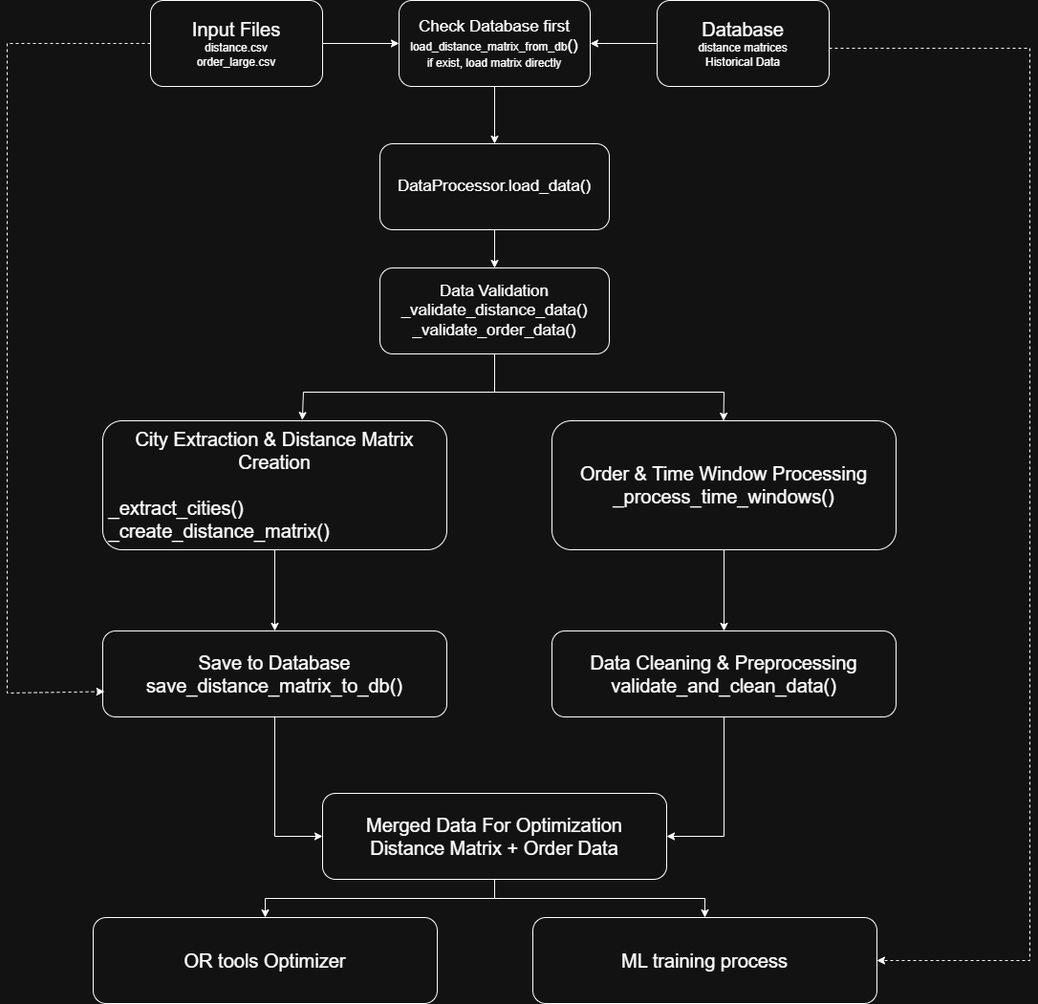
The draw.io diagram DataProcessingFlow.png in blacki0214/VRP_system, before a commit. Source tidied: cells renumbered, new cells last; positions are measured from the earlier drawing's top-left corner, leaving out a move shared by most shapes. The source it was exported from:
```xml
<mxGraphModel>
  <root>
    <mxCell id="0" />
    <mxCell id="1" parent="0" />
    <mxCell id="2" style="edgeStyle=orthogonalEdgeStyle;rounded=0;jettySize=auto;html=1;exitX=1;exitY=0.5;exitDx=0;exitDy=0;" parent="1" edge="1" source="3" target="5">
      <mxGeometry relative="1" as="geometry" />
    </mxCell>
    <mxCell id="3" value="&lt;font style=&quot;font-size: 20px;&quot;&gt;Input Files&lt;/font&gt;&lt;div&gt;&lt;div&gt;&lt;div&gt;&lt;font&gt;distance.csv&lt;/font&gt;&lt;/div&gt;&lt;div&gt;&lt;font&gt;order_large.csv&lt;/font&gt;&lt;/div&gt;&lt;/div&gt;&lt;/div&gt;" style="rounded=1;whiteSpace=wrap;html=1;" parent="1" vertex="1">
      <mxGeometry x="150" width="180" height="90" as="geometry" />
    </mxCell>
    <mxCell id="4" style="edgeStyle=orthogonalEdgeStyle;rounded=0;jettySize=auto;html=1;" parent="1" edge="1" source="5" target="9">
      <mxGeometry relative="1" as="geometry" />
    </mxCell>
    <mxCell id="5" value="&lt;font style=&quot;font-size: 17px;&quot;&gt;Check Database first&lt;/font&gt;&lt;div&gt;&lt;font&gt;load_distance_matrix_from_db&lt;/font&gt;&lt;font style=&quot;font-size: 17px;&quot;&gt;()&lt;/font&gt;&lt;/div&gt;&lt;div&gt;&lt;font&gt;if exist, load matrix directly&lt;/font&gt;&lt;/div&gt;" style="rounded=1;whiteSpace=wrap;html=1;" parent="1" vertex="1">
      <mxGeometry x="410" width="200" height="90" as="geometry" />
    </mxCell>
    <mxCell id="6" style="edgeStyle=orthogonalEdgeStyle;rounded=0;jettySize=auto;html=1;" parent="1" edge="1" source="7" target="5">
      <mxGeometry relative="1" as="geometry" />
    </mxCell>
    <mxCell id="7" value="&lt;div&gt;&lt;div&gt;&lt;div&gt;&lt;font&gt;&lt;span style=&quot;font-size: 20px;&quot;&gt;Database&lt;/span&gt;&lt;/font&gt;&lt;/div&gt;&lt;div&gt;&lt;font&gt;distance matrices&lt;/font&gt;&lt;/div&gt;&lt;div&gt;&lt;font&gt;Historical Data&lt;/font&gt;&lt;/div&gt;&lt;/div&gt;&lt;/div&gt;" style="rounded=1;whiteSpace=wrap;html=1;" parent="1" vertex="1">
      <mxGeometry x="680" width="180" height="90" as="geometry" />
    </mxCell>
    <mxCell id="8" style="edgeStyle=orthogonalEdgeStyle;rounded=0;jettySize=auto;html=1;" parent="1" edge="1" source="9" target="10">
      <mxGeometry relative="1" as="geometry" />
    </mxCell>
    <mxCell id="9" value="&lt;span style=&quot;font-size: 17px;&quot;&gt;DataProcessor.load_data()&lt;/span&gt;" style="rounded=1;whiteSpace=wrap;html=1;" parent="1" vertex="1">
      <mxGeometry x="390" y="150" width="240" height="90" as="geometry" />
    </mxCell>
    <mxCell id="10" value="&lt;span style=&quot;font-size: 17px;&quot;&gt;Data Validation&lt;/span&gt;&lt;div&gt;&lt;span style=&quot;font-size: 17px;&quot;&gt;_validate_distance_data()&lt;/span&gt;&lt;/div&gt;&lt;div&gt;&lt;span style=&quot;font-size: 17px;&quot;&gt;_validate_order_data()&lt;/span&gt;&lt;/div&gt;" style="rounded=1;whiteSpace=wrap;html=1;" parent="1" vertex="1">
      <mxGeometry x="390" y="280" width="240" height="90" as="geometry" />
    </mxCell>
    <mxCell id="11" style="edgeStyle=orthogonalEdgeStyle;rounded=0;jettySize=auto;html=1;" parent="1" edge="1" source="12" target="20">
      <mxGeometry relative="1" as="geometry" />
    </mxCell>
    <mxCell id="12" value="&lt;span style=&quot;font-size: 20px;&quot;&gt;City Extraction &amp;amp; Distance Matrix Creation&lt;/span&gt;&lt;div&gt;&lt;div&gt;&lt;span style=&quot;font-size: 20px;&quot;&gt;&lt;br&gt;&lt;/span&gt;&lt;/div&gt;&lt;div style=&quot;text-align: left;&quot;&gt;&lt;span style=&quot;font-size: 20px;&quot;&gt;&amp;nbsp;_extract_cities()&amp;nbsp; &amp;nbsp; &amp;nbsp; &amp;nbsp; &amp;nbsp;_create_distance_matrix()&lt;/span&gt;&lt;/div&gt;&lt;/div&gt;" style="rounded=1;whiteSpace=wrap;html=1;" parent="1" vertex="1">
      <mxGeometry x="100" y="440" width="360" height="135" as="geometry" />
    </mxCell>
    <mxCell id="13" style="edgeStyle=orthogonalEdgeStyle;rounded=0;jettySize=auto;html=1;" parent="1" edge="1" source="14" target="22">
      <mxGeometry relative="1" as="geometry" />
    </mxCell>
    <mxCell id="14" value="&lt;span style=&quot;font-size: 20px;&quot;&gt;Order &amp;amp; Time Window Processing&lt;/span&gt;&lt;div&gt;&lt;span style=&quot;font-size: 20px;&quot;&gt;_process_time_windows()&lt;/span&gt;&lt;/div&gt;" style="rounded=1;whiteSpace=wrap;html=1;" parent="1" vertex="1">
      <mxGeometry x="570" y="440" width="360" height="135" as="geometry" />
    </mxCell>
    <mxCell id="15" style="endArrow=none;html=1;rounded=0;" parent="1" edge="1">
      <mxGeometry relative="1" as="geometry">
        <mxPoint x="510" y="410" as="sourcePoint" />
        <mxPoint x="510" y="370" as="targetPoint" />
      </mxGeometry>
    </mxCell>
    <mxCell id="16" style="endArrow=none;html=1;rounded=0;" parent="1" edge="1">
      <mxGeometry relative="1" as="geometry">
        <mxPoint x="310" y="410" as="sourcePoint" />
        <mxPoint x="750" y="410" as="targetPoint" />
      </mxGeometry>
    </mxCell>
    <mxCell id="17" style="endArrow=classic;html=1;rounded=0;entryX=0.58;entryY=-0.006;entryDx=0;entryDy=0;entryPerimeter=0;" parent="1" edge="1" target="12">
      <mxGeometry relative="1" as="geometry">
        <mxPoint x="310" y="410" as="sourcePoint" />
      </mxGeometry>
    </mxCell>
    <mxCell id="18" style="endArrow=classic;html=1;rounded=0;entryX=0.58;entryY=-0.006;entryDx=0;entryDy=0;entryPerimeter=0;" parent="1" edge="1">
      <mxGeometry relative="1" as="geometry">
        <mxPoint x="750" y="410" as="sourcePoint" />
        <mxPoint x="749.5" y="440" as="targetPoint" />
      </mxGeometry>
    </mxCell>
    <mxCell id="19" style="edgeStyle=orthogonalEdgeStyle;rounded=0;jettySize=auto;html=1;entryX=0;entryY=0.5;entryDx=0;entryDy=0;" parent="1" edge="1" source="20" target="25">
      <mxGeometry relative="1" as="geometry" />
    </mxCell>
    <mxCell id="20" value="&lt;span style=&quot;font-size: 20px;&quot;&gt;Save to Database&lt;/span&gt;&lt;div&gt;&lt;span style=&quot;font-size: 20px;&quot;&gt;save_distance_matrix_to_db()&lt;/span&gt;&lt;/div&gt;" style="rounded=1;whiteSpace=wrap;html=1;" parent="1" vertex="1">
      <mxGeometry x="100" y="660" width="360" height="90" as="geometry" />
    </mxCell>
    <mxCell id="21" style="edgeStyle=orthogonalEdgeStyle;rounded=0;jettySize=auto;html=1;entryX=1;entryY=0.5;entryDx=0;entryDy=0;" parent="1" edge="1" source="22" target="25">
      <mxGeometry relative="1" as="geometry" />
    </mxCell>
    <mxCell id="22" value="&lt;span style=&quot;font-size: 20px;&quot;&gt;Data Cleaning &amp;amp; Preprocessing&lt;/span&gt;&lt;div&gt;&lt;span style=&quot;font-size: 20px;&quot;&gt;validate_and_clean_data()&lt;/span&gt;&lt;/div&gt;" style="rounded=1;whiteSpace=wrap;html=1;" parent="1" vertex="1">
      <mxGeometry x="570" y="660" width="360" height="90" as="geometry" />
    </mxCell>
    <mxCell id="23" style="edgeStyle=orthogonalEdgeStyle;rounded=0;jettySize=auto;html=1;" parent="1" edge="1" source="25" target="26">
      <mxGeometry relative="1" as="geometry" />
    </mxCell>
    <mxCell id="24" style="edgeStyle=orthogonalEdgeStyle;rounded=0;jettySize=auto;html=1;" parent="1" edge="1" source="25" target="27">
      <mxGeometry relative="1" as="geometry" />
    </mxCell>
    <mxCell id="25" value="&lt;span style=&quot;font-size: 20px;&quot;&gt;Merged Data For Optimization&lt;/span&gt;&lt;div&gt;&lt;span style=&quot;font-size: 20px;&quot;&gt;Distance Matrix + Order Data&lt;/span&gt;&lt;/div&gt;" style="rounded=1;whiteSpace=wrap;html=1;" parent="1" vertex="1">
      <mxGeometry x="330" y="830" width="360" height="90" as="geometry" />
    </mxCell>
    <mxCell id="26" value="&lt;span style=&quot;font-size: 20px;&quot;&gt;OR tools Optimizer&lt;/span&gt;" style="rounded=1;whiteSpace=wrap;html=1;" parent="1" vertex="1">
      <mxGeometry x="90" y="960" width="360" height="90" as="geometry" />
    </mxCell>
    <mxCell id="27" value="&lt;span style=&quot;font-size: 20px;&quot;&gt;ML training process&lt;/span&gt;" style="rounded=1;whiteSpace=wrap;html=1;" parent="1" vertex="1">
      <mxGeometry x="550" y="960" width="360" height="90" as="geometry" />
    </mxCell>
    <mxCell id="28" style="endArrow=classic;html=1;rounded=0;entryX=1;entryY=0.5;entryDx=0;entryDy=0;dashed=1;" parent="1" edge="1" target="27">
      <mxGeometry relative="1" as="geometry">
        <mxPoint x="860" y="50" as="sourcePoint" />
        <Array as="points">
          <mxPoint x="1070" y="50" />
          <mxPoint x="1070" y="980" />
          <mxPoint x="1070" y="1005" />
        </Array>
      </mxGeometry>
    </mxCell>
    <mxCell id="29" style="endArrow=classic;html=1;rounded=0;entryX=0.005;entryY=0.705;entryDx=0;entryDy=0;dashed=1;exitX=0;exitY=0.5;exitDx=0;exitDy=0;entryPerimeter=0;" parent="1" edge="1" source="3" target="20">
      <mxGeometry relative="1" as="geometry">
        <Array as="points">
          <mxPoint y="45" />
          <mxPoint y="700" />
          <mxPoint y="725" />
        </Array>
      </mxGeometry>
    </mxCell>
  </root>
</mxGraphModel>
```
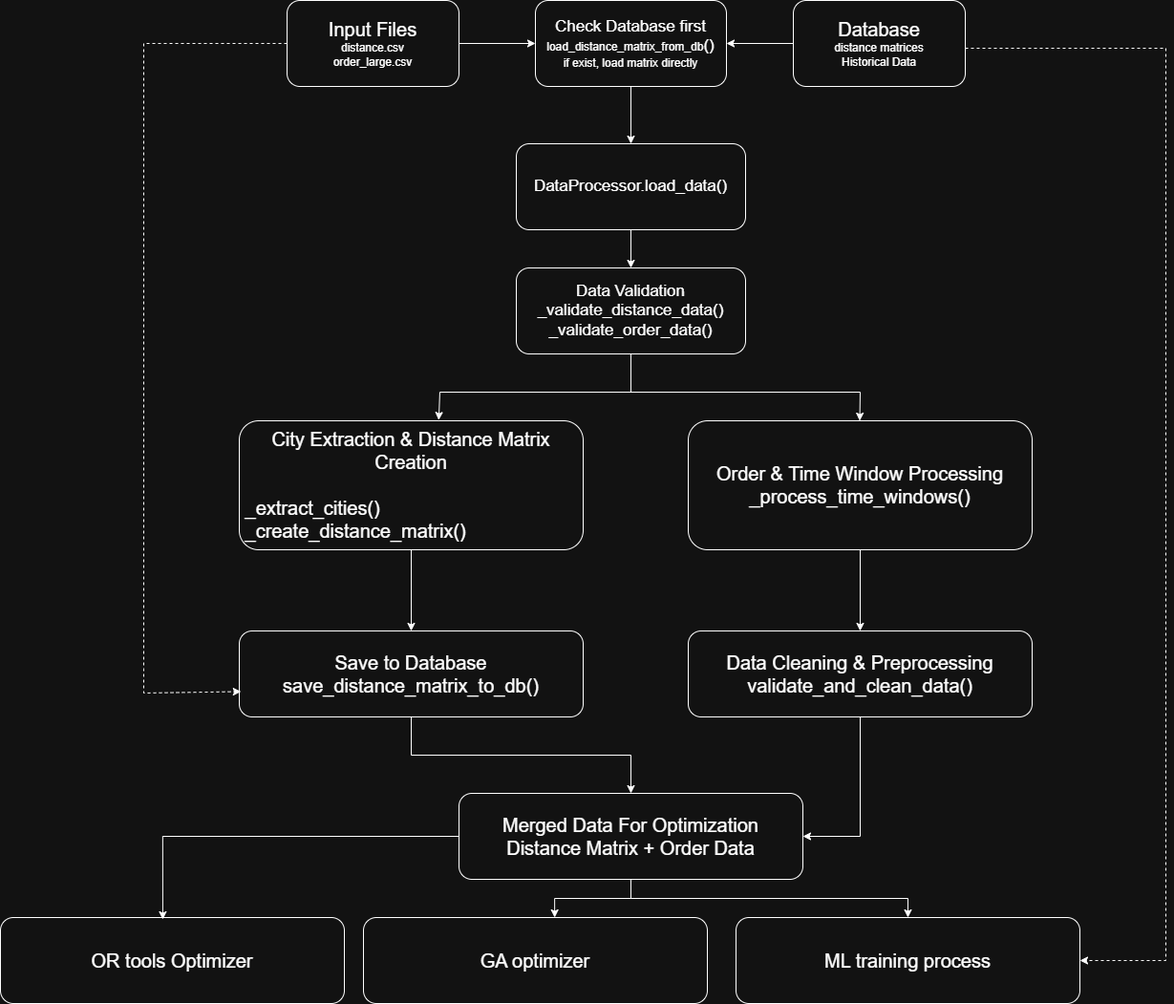
After the change.

The edit, as a diff of the source:
```diff
@@ -64,7 +64,7 @@
         <mxPoint x="749.5" y="440" as="targetPoint" />
       </mxGeometry>
     </mxCell>
-    <mxCell id="19" style="edgeStyle=orthogonalEdgeStyle;rounded=0;jettySize=auto;html=1;entryX=0;entryY=0.5;entryDx=0;entryDy=0;" parent="1" edge="1" source="20" target="25">
+    <mxCell id="19" style="edgeStyle=orthogonalEdgeStyle;rounded=0;jettySize=auto;html=1;" parent="1" edge="1" source="20" target="25">
       <mxGeometry relative="1" as="geometry" />
     </mxCell>
     <mxCell id="20" value="&lt;span style=&quot;font-size: 20px;&quot;&gt;Save to Database&lt;/span&gt;&lt;div&gt;&lt;span style=&quot;font-size: 20px;&quot;&gt;save_distance_matrix_to_db()&lt;/span&gt;&lt;/div&gt;" style="rounded=1;whiteSpace=wrap;html=1;" parent="1" vertex="1">
@@ -76,9 +76,6 @@
     <mxCell id="22" value="&lt;span style=&quot;font-size: 20px;&quot;&gt;Data Cleaning &amp;amp; Preprocessing&lt;/span&gt;&lt;div&gt;&lt;span style=&quot;font-size: 20px;&quot;&gt;validate_and_clean_data()&lt;/span&gt;&lt;/div&gt;" style="rounded=1;whiteSpace=wrap;html=1;" parent="1" vertex="1">
       <mxGeometry x="570" y="660" width="360" height="90" as="geometry" />
     </mxCell>
-    <mxCell id="23" style="edgeStyle=orthogonalEdgeStyle;rounded=0;jettySize=auto;html=1;" parent="1" edge="1" source="25" target="26">
-      <mxGeometry relative="1" as="geometry" />
-    </mxCell>
     <mxCell id="24" style="edgeStyle=orthogonalEdgeStyle;rounded=0;jettySize=auto;html=1;" parent="1" edge="1" source="25" target="27">
       <mxGeometry relative="1" as="geometry" />
     </mxCell>
@@ -86,10 +83,10 @@
       <mxGeometry x="330" y="830" width="360" height="90" as="geometry" />
     </mxCell>
     <mxCell id="26" value="&lt;span style=&quot;font-size: 20px;&quot;&gt;OR tools Optimizer&lt;/span&gt;" style="rounded=1;whiteSpace=wrap;html=1;" parent="1" vertex="1">
-      <mxGeometry x="90" y="960" width="360" height="90" as="geometry" />
+      <mxGeometry x="-150" y="960" width="360" height="90" as="geometry" />
     </mxCell>
     <mxCell id="27" value="&lt;span style=&quot;font-size: 20px;&quot;&gt;ML training process&lt;/span&gt;" style="rounded=1;whiteSpace=wrap;html=1;" parent="1" vertex="1">
-      <mxGeometry x="550" y="960" width="360" height="90" as="geometry" />
+      <mxGeometry x="620" y="960" width="360" height="90" as="geometry" />
     </mxCell>
     <mxCell id="28" style="endArrow=classic;html=1;rounded=0;entryX=1;entryY=0.5;entryDx=0;entryDy=0;dashed=1;" parent="1" edge="1" target="27">
       <mxGeometry relative="1" as="geometry">
@@ -110,5 +107,14 @@
         </Array>
       </mxGeometry>
     </mxCell>
+    <mxCell id="30" value="&lt;span style=&quot;font-size: 20px;&quot;&gt;GA optimizer&lt;/span&gt;" style="rounded=1;whiteSpace=wrap;html=1;" parent="1" vertex="1">
+      <mxGeometry x="230" y="960" width="360" height="90" as="geometry" />
+    </mxCell>
+    <mxCell id="31" style="edgeStyle=orthogonalEdgeStyle;rounded=0;jettySize=auto;html=1;entryX=0.556;entryY=0;entryDx=0;entryDy=0;entryPerimeter=0;" parent="1" edge="1" source="25" target="30">
+      <mxGeometry relative="1" as="geometry" />
+    </mxCell>
+    <mxCell id="23" style="edgeStyle=orthogonalEdgeStyle;rounded=0;jettySize=auto;html=1;entryX=0.472;entryY=0.022;entryDx=0;entryDy=0;entryPerimeter=0;" parent="1" edge="1" source="25" target="26">
+      <mxGeometry relative="1" as="geometry" />
+    </mxCell>
   </root>
 </mxGraphModel>
```
